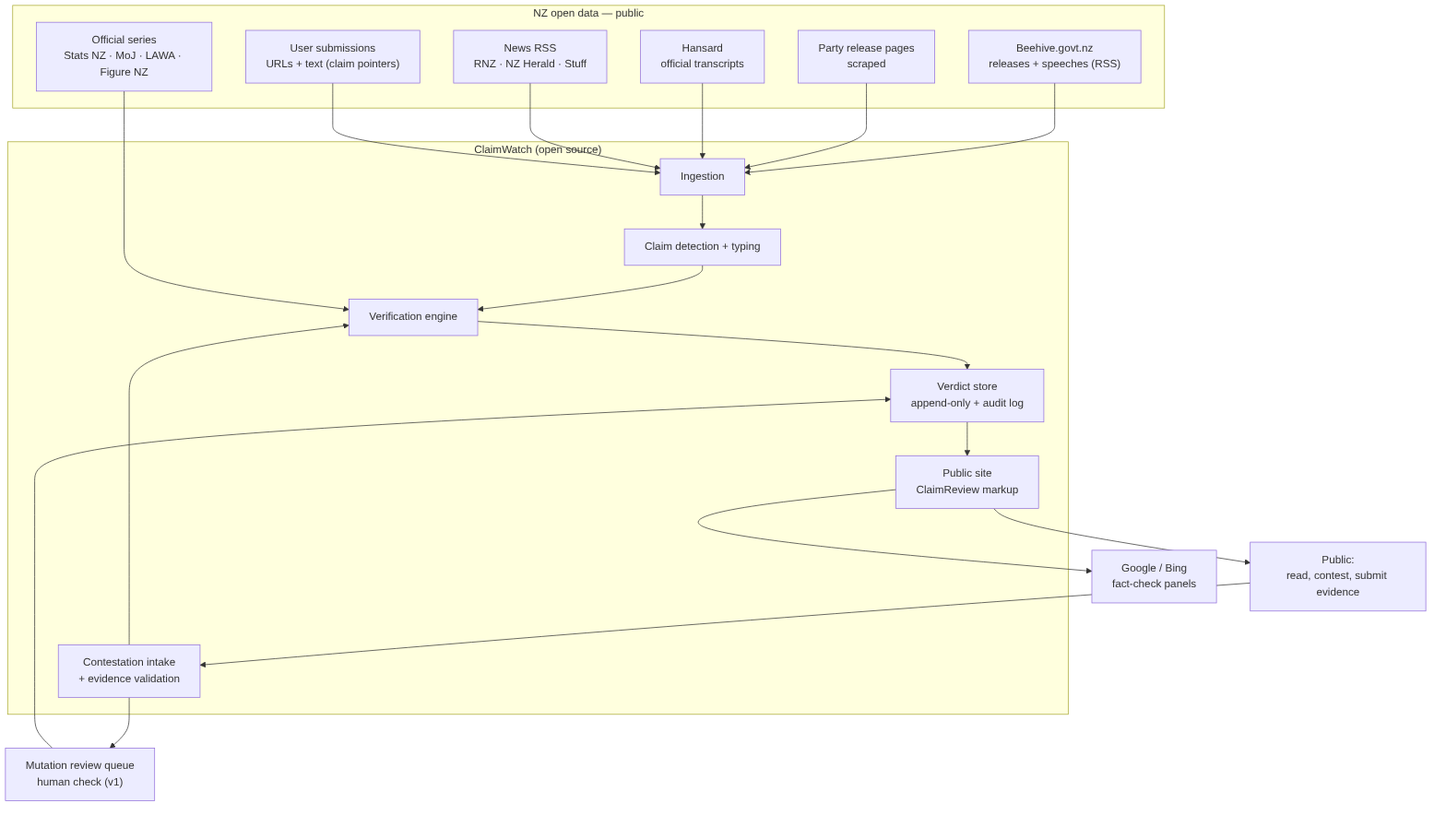
Earlier version of the Mermaid export docs/diagrams/system-context.png (bradleyscott/claimwatch-nz). Its source is kept beside it as docs/diagrams/system-context.mmd.
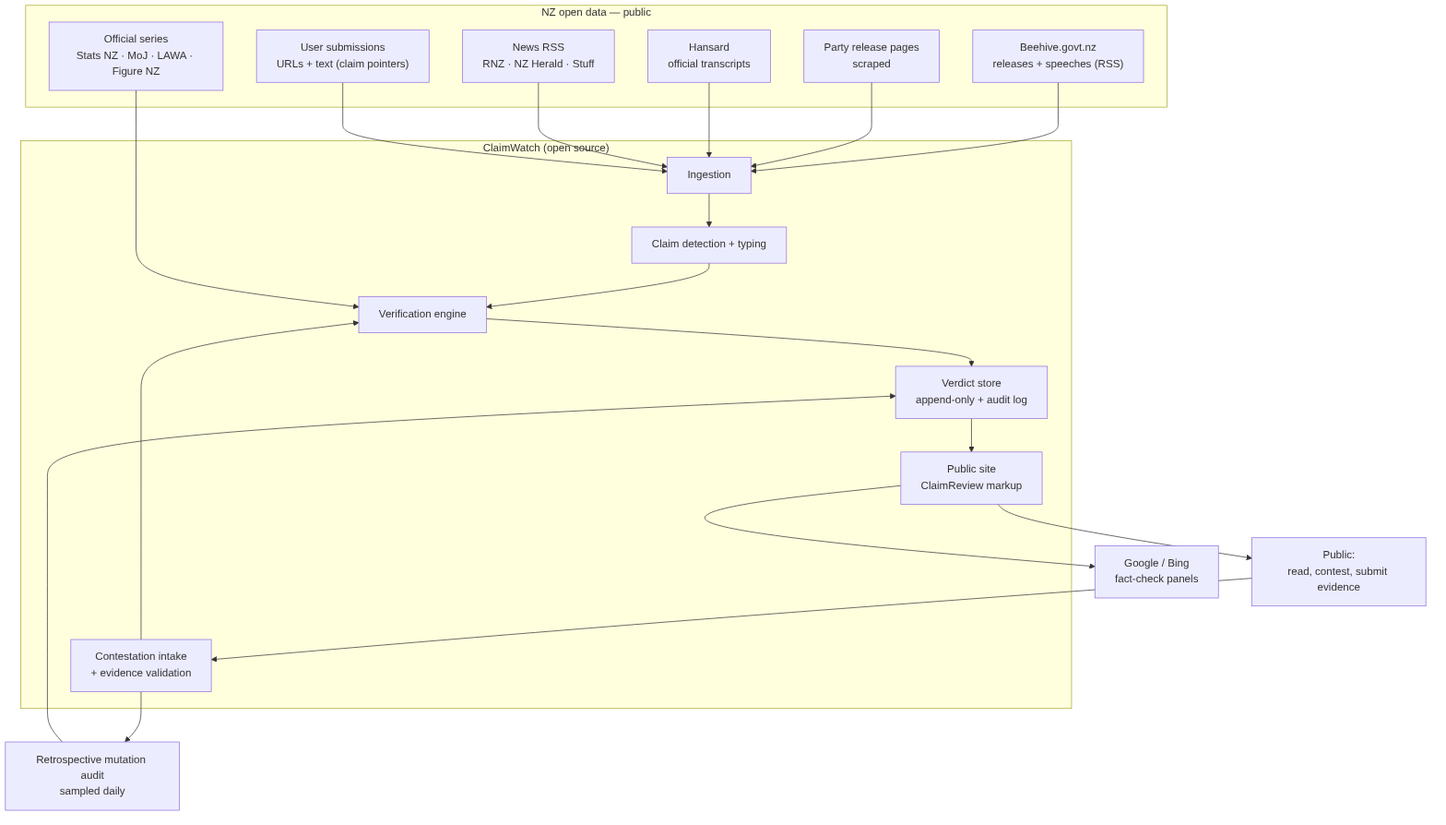
The same file after the commit.

Commit message:
docs(adr-0013): Drizzle ORM + drizzle-kit for schema and migrations; ADR-0005/ARCHITECTURE/diagrams aligned to automated mutation

Change to the diagram source:
```diff
@@ -19,7 +19,7 @@
 
     PUBLIC["Public:<br/>read, contest, submit evidence"]
     SEARCH["Google / Bing<br/>fact-check panels"]
-    STEWARDS["Mutation review queue<br/>human check (v1)"]
+    AUDIT["Retrospective mutation audit<br/>sampled daily"]
 
     BEEHIVE --> INGEST
     PARTIES --> INGEST
@@ -35,5 +35,5 @@
     SITE --> PUBLIC
     PUBLIC --> CONTEST
     CONTEST --> VERIFY
-    CONTEST --> STEWARDS
-    STEWARDS --> STORE
+    CONTEST --> AUDIT
+    AUDIT --> STORE
```
